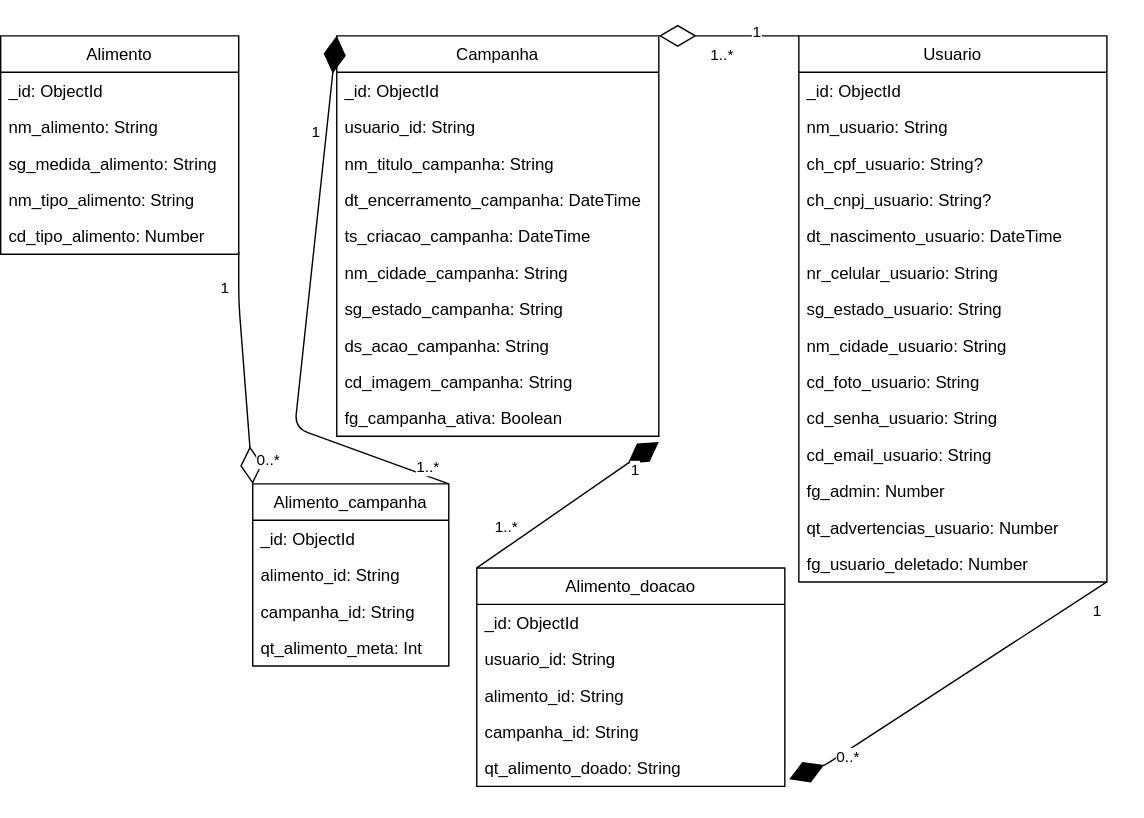
Earlier version of the draw.io export docs/NoAM.svg (yagomouro/nacao-nutrida). Source tidied: cells renumbered, new cells last; positions are measured from the earlier drawing's top-left corner, leaving out a move shared by most shapes.
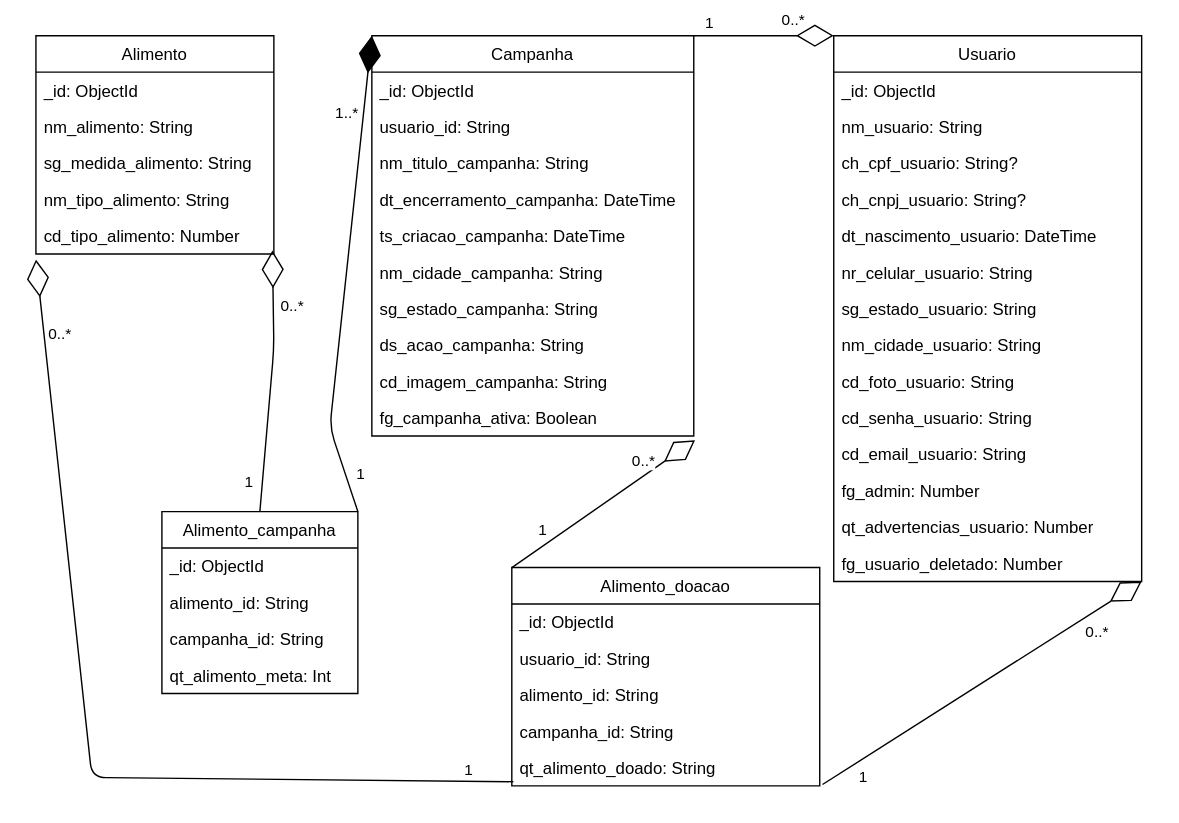
After the change.

Diff of the diagram source:
```diff
@@ -99,7 +99,7 @@
       <mxGeometry y="260" width="230" height="26" as="geometry" />
     </mxCell>
     <mxCell id="34" value="Alimento_campanha" style="swimlane;fontStyle=0;horizontal=1;startSize=26;fillColor=none;" parent="1" vertex="1">
-      <mxGeometry x="180" y="320" width="140" height="130" as="geometry" />
+      <mxGeometry x="90" y="340" width="140" height="130" as="geometry" />
     </mxCell>
     <mxCell id="35" value="_id: ObjectId" style="text;strokeColor=none;fillColor=none;align=left;verticalAlign=top;spacingLeft=4;spacingRight=4;overflow=hidden;" parent="34" vertex="1">
       <mxGeometry y="26" width="140" height="26" as="geometry" />
@@ -120,32 +120,34 @@
         </Array>
       </mxGeometry>
     </mxCell>
-    <mxCell id="40" value="1" style="edgeLabel;html=1;align=center;verticalAlign=middle;" parent="39" vertex="1">
+    <mxCell id="40" value="1..*" style="edgeLabel;html=1;align=center;verticalAlign=middle;" parent="39" vertex="1">
       <mxGeometry x="0.48" y="4" relative="1" as="geometry">
-        <mxPoint y="-34" as="offset" />
+        <mxPoint x="-5" y="-34" as="offset" />
       </mxGeometry>
     </mxCell>
-    <mxCell id="41" value="1..*" style="edgeLabel;html=1;align=center;verticalAlign=middle;" parent="39" vertex="1">
+    <mxCell id="41" value="1" style="edgeLabel;html=1;align=center;verticalAlign=middle;" parent="39" vertex="1">
       <mxGeometry x="-0.83" y="-1" relative="1" as="geometry">
-        <mxPoint x="16" as="offset" />
+        <mxPoint x="10" as="offset" />
       </mxGeometry>
     </mxCell>
-    <mxCell id="42" style="endArrow=diamondThin;endFill=0;endSize=24;html=1;exitX=0;exitY=0;exitDx=0;exitDy=0;entryX=1;entryY=0;entryDx=0;entryDy=0;" parent="1" edge="1" source="8" target="23">
-      <mxGeometry relative="1" as="geometry" />
-    </mxCell>
-    <mxCell id="43" value="1..*" style="edgeLabel;html=1;align=center;verticalAlign=middle;" parent="42" vertex="1">
-      <mxGeometry x="0.61" y="1" relative="1" as="geometry">
-        <mxPoint x="25" y="12" as="offset" />
-      </mxGeometry>
-    </mxCell>
-    <mxCell id="44" value="1" style="edgeLabel;html=1;align=center;verticalAlign=middle;" parent="42" vertex="1">
-      <mxGeometry x="-0.54" y="-3" relative="1" as="geometry">
-        <mxPoint x="-8" y="-1" as="offset" />
-      </mxGeometry>
-    </mxCell>
     <mxCell id="45" value="Alimento_doacao" style="swimlane;fontStyle=0;horizontal=1;startSize=26;fillColor=none;" parent="1" vertex="1">
       <mxGeometry x="340" y="380" width="220" height="156" as="geometry" />
     </mxCell>
+    <mxCell id="60" style="endArrow=diamondThin;endFill=0;endSize=24;html=1;entryX=1.004;entryY=1.115;entryDx=0;entryDy=0;entryPerimeter=0;" parent="45" edge="1" target="33">
+      <mxGeometry relative="1" as="geometry">
+        <mxPoint as="sourcePoint" />
+      </mxGeometry>
+    </mxCell>
+    <mxCell id="61" value="1" style="edgeLabel;html=1;align=center;verticalAlign=middle;" parent="60" vertex="1">
+      <mxGeometry x="-0.46" y="3" relative="1" as="geometry">
+        <mxPoint x="-12" as="offset" />
+      </mxGeometry>
+    </mxCell>
+    <mxCell id="62" value="0..*" style="edgeLabel;html=1;align=center;verticalAlign=middle;" parent="60" vertex="1">
+      <mxGeometry x="0.52" y="-4" relative="1" as="geometry">
+        <mxPoint x="-8" y="-11" as="offset" />
+      </mxGeometry>
+    </mxCell>
     <mxCell id="46" value="_id: ObjectId" style="text;strokeColor=none;fillColor=none;align=left;verticalAlign=top;spacingLeft=4;spacingRight=4;overflow=hidden;" parent="45" vertex="1">
       <mxGeometry y="26" width="220" height="26" as="geometry" />
     </mxCell>
@@ -161,21 +163,10 @@
     <mxCell id="50" value="qt_alimento_doado: String" style="text;strokeColor=none;fillColor=none;align=left;verticalAlign=top;spacingLeft=4;spacingRight=4;overflow=hidden;points=[[0,0.5],[1,0.5]];portConstraint=eastwest;" parent="45" vertex="1">
       <mxGeometry y="130" width="220" height="26" as="geometry" />
     </mxCell>
-    <mxCell id="51" value="1..*" style="edgeLabel;html=1;align=center;verticalAlign=middle;" parent="1" vertex="1">
-      <mxGeometry x="360" y="350" as="geometry" />
-    </mxCell>
-    <mxCell id="52" style="endArrow=diamondThin;endFill=1;endSize=24;html=1;exitX=0;exitY=0;exitDx=0;exitDy=0;entryX=1;entryY=1.154;entryDx=0;entryDy=0;entryPerimeter=0;" parent="1" edge="1" source="45" target="33">
-      <mxGeometry relative="1" as="geometry" />
-    </mxCell>
-    <mxCell id="53" value="1" style="edgeLabel;html=1;align=center;verticalAlign=middle;" parent="52" vertex="1">
-      <mxGeometry x="0.58" relative="1" as="geometry">
-        <mxPoint x="10" y="1" as="offset" />
-      </mxGeometry>
-    </mxCell>
-    <mxCell id="54" style="endArrow=diamondThin;endFill=0;endSize=24;html=1;entryX=0;entryY=0;entryDx=0;entryDy=0;exitX=1;exitY=0.923;exitDx=0;exitDy=0;exitPerimeter=0;" parent="1" edge="1" source="7" target="34">
+    <mxCell id="54" style="endArrow=diamondThin;endFill=0;endSize=24;html=1;exitX=0.5;exitY=0;exitDx=0;exitDy=0;entryX=0.994;entryY=0.904;entryDx=0;entryDy=0;entryPerimeter=0;" parent="1" edge="1" source="34" target="7">
       <mxGeometry relative="1" as="geometry">
         <Array as="points">
-          <mxPoint x="170" y="190" />
+          <mxPoint x="170" y="223.5" />
         </Array>
       </mxGeometry>
     </mxCell>
@@ -184,28 +175,56 @@
         <mxPoint x="13" y="9" as="offset" />
       </mxGeometry>
     </mxCell>
-    <mxCell id="56" value="1" style="edgeLabel;html=1;align=center;verticalAlign=middle;" parent="54" vertex="1">
+    <mxCell id="56" value="1" style="edgeLabel;html=1;align=center;verticalAlign=middle;rotation=0;" parent="54" vertex="1">
       <mxGeometry x="-0.32" y="1" relative="1" as="geometry">
-        <mxPoint x="-13" y="-31" as="offset" />
+        <mxPoint x="-13" y="42" as="offset" />
       </mxGeometry>
     </mxCell>
-    <mxCell id="57" style="endArrow=diamondThin;endFill=1;endSize=24;html=1;entryX=1.014;entryY=0.808;entryDx=0;entryDy=0;entryPerimeter=0;" parent="1" edge="1" target="50">
-      <mxGeometry relative="1" as="geometry">
-        <mxPoint x="790" y="390" as="sourcePoint" />
-        <Array as="points">
-          <mxPoint x="590" y="520" />
-        </Array>
-      </mxGeometry>
-    </mxCell>
-    <mxCell id="58" value="1" style="edgeLabel;html=1;align=center;verticalAlign=middle;" parent="57" vertex="1">
-      <mxGeometry x="0.58" relative="1" as="geometry">
-        <mxPoint x="169" y="-94" as="offset" />
-      </mxGeometry>
-    </mxCell>
-    <mxCell id="59" value="0..*" style="edgeLabel;html=1;align=center;verticalAlign=middle;" parent="57" vertex="1">
-      <mxGeometry x="0.67" y="4" relative="1" as="geometry">
-        <mxPoint y="-1" as="offset" />
-      </mxGeometry>
-    </mxCell>
+    <mxCell id="63" style="endArrow=diamondThin;endFill=0;endSize=24;html=1;entryX=0;entryY=0;entryDx=0;entryDy=0;exitX=1;exitY=0;exitDx=0;exitDy=0;" parent="1" edge="1" source="23" target="8">
+      <mxGeometry relative="1" as="geometry" />
+    </mxCell>
+    <mxCell id="64" value="1" style="edgeLabel;html=1;align=center;verticalAlign=middle;" parent="63" vertex="1">
+      <mxGeometry x="-0.2" y="2" relative="1" as="geometry">
+        <mxPoint x="-30" y="-8" as="offset" />
+      </mxGeometry>
+    </mxCell>
+    <mxCell id="65" value="0..*" style="edgeLabel;html=1;align=center;verticalAlign=middle;" parent="63" vertex="1">
+      <mxGeometry x="0.24" y="3" relative="1" as="geometry">
+        <mxPoint x="8" y="-9" as="offset" />
+      </mxGeometry>
+    </mxCell>
+    <mxCell id="66" style="endArrow=diamondThin;endFill=0;endSize=24;html=1;entryX=1.009;entryY=0.923;entryDx=0;entryDy=0;entryPerimeter=0;exitX=1.009;exitY=0.962;exitDx=0;exitDy=0;exitPerimeter=0;" parent="1" edge="1" source="50">
+      <mxGeometry relative="1" as="geometry">
+        <mxPoint x="790" y="390" as="targetPoint" />
+      </mxGeometry>
+    </mxCell>
+    <mxCell id="67" value="0..*" style="edgeLabel;html=1;align=center;verticalAlign=middle;" parent="66" vertex="1">
+      <mxGeometry x="0.55" y="-4" relative="1" as="geometry">
+        <mxPoint x="17" y="-1" as="offset" />
+      </mxGeometry>
+    </mxCell>
+    <mxCell id="68" value="1" style="edgeLabel;html=1;align=center;verticalAlign=middle;" parent="66" vertex="1">
+      <mxGeometry x="-0.66" y="-3" relative="1" as="geometry">
+        <mxPoint x="-12" y="17" as="offset" />
+      </mxGeometry>
+    </mxCell>
+    <mxCell id="69" style="endArrow=diamondThin;endFill=0;endSize=24;html=1;exitX=0.005;exitY=0.885;exitDx=0;exitDy=0;exitPerimeter=0;" parent="1" edge="1" source="50">
+      <mxGeometry relative="1" as="geometry">
+        <mxPoint y="160" as="targetPoint" />
+        <Array as="points">
+          <mxPoint x="40" y="530" />
+        </Array>
+      </mxGeometry>
+    </mxCell>
+    <mxCell id="70" value="1" style="edgeLabel;html=1;align=center;verticalAlign=middle;" parent="69" vertex="1">
+      <mxGeometry x="-0.88" relative="1" as="geometry">
+        <mxPoint x="8" y="-8" as="offset" />
+      </mxGeometry>
+    </mxCell>
+    <mxCell id="71" value="0..*" style="edgeLabel;html=1;align=center;verticalAlign=middle;" parent="69" vertex="1">
+      <mxGeometry x="0.84" relative="1" as="geometry">
+        <mxPoint x="11" as="offset" />
+      </mxGeometry>
+    </mxCell>
   </root>
 </mxGraphModel>
```
